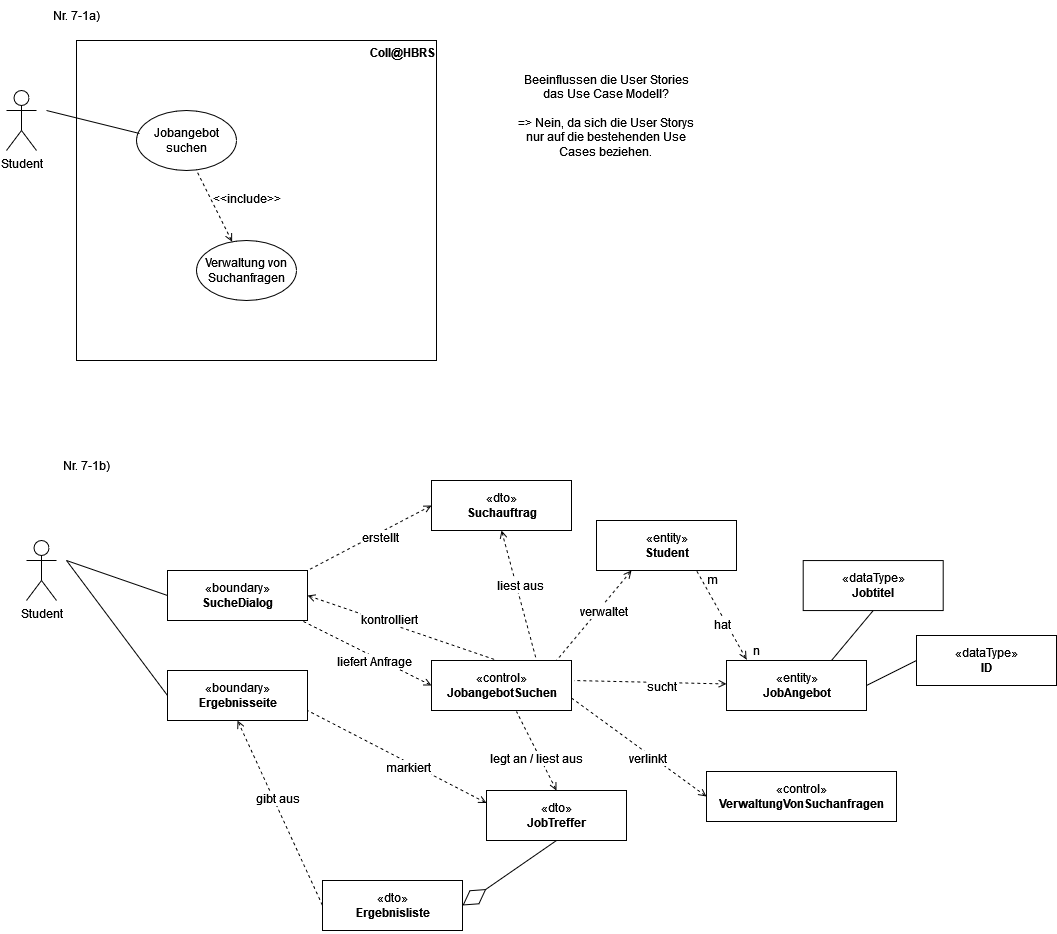
This is src/org/hbrs/se1/ws22/uebung7/Uebung7-1.drawio.png from fitnesstino/WS22-SE1, a draw.io export, as it was before one commit. Source tidied: cells renumbered, new cells last; positions are measured from the earlier drawing's top-left corner, leaving out a move shared by most shapes.
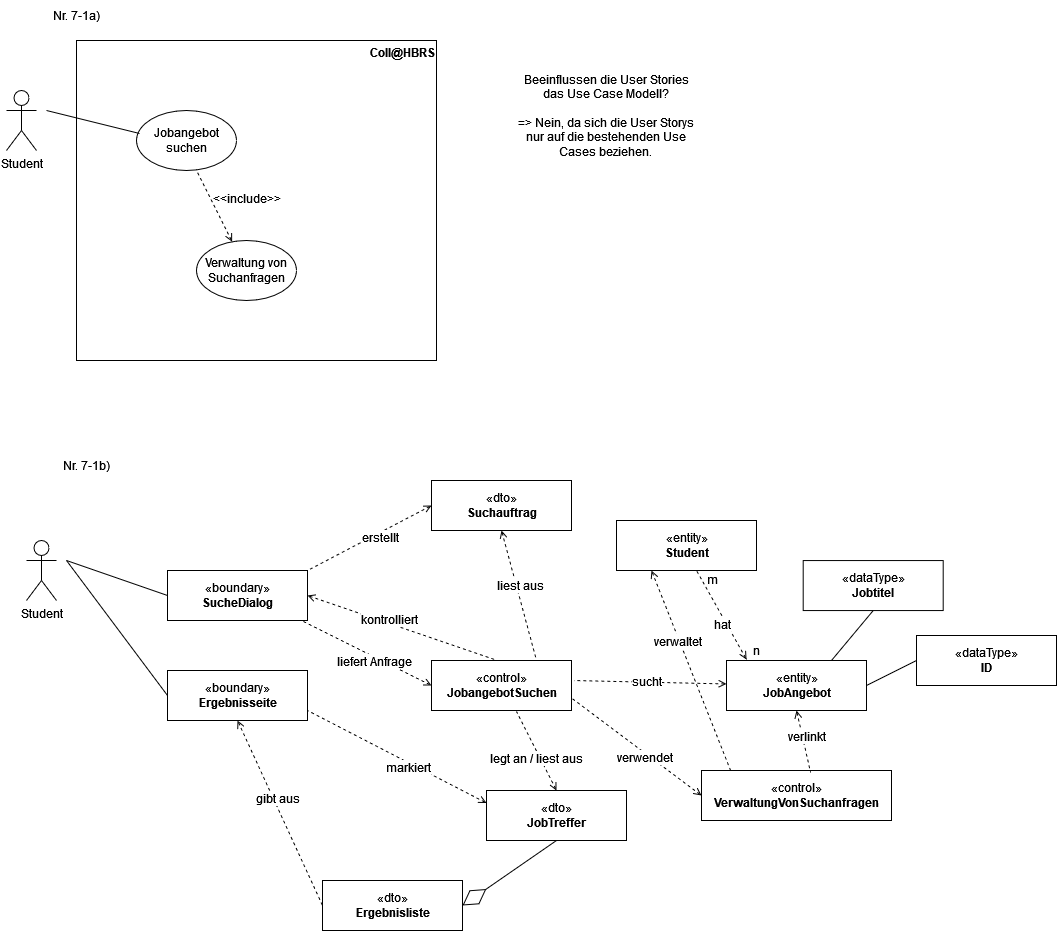
After the change.

The edit, as a diff of the source:
```diff
@@ -106,7 +106,9 @@
       </mxGeometry>
     </mxCell>
     <mxCell id="31" value="sucht" style="edgeLabel;html=1;align=center;verticalAlign=middle;fontSize=12;" parent="30" vertex="1">
-      <mxGeometry x="-0.15" y="4" relative="1" as="geometry" />
+      <mxGeometry x="-0.15" y="4" relative="1" as="geometry">
+        <mxPoint x="-15" y="-5" as="offset" />
+      </mxGeometry>
     </mxCell>
     <mxCell id="32" style="endArrow=none;html=1;rounded=0;fontSize=12;exitX=0.5;exitY=0;exitDx=0;exitDy=0;startArrow=open;startFill=0;dashed=1;entryX=0.607;entryY=1.02;entryDx=0;entryDy=0;entryPerimeter=0;" parent="1" edge="1" source="25" target="11">
       <mxGeometry relative="1" as="geometry" />
@@ -123,12 +125,12 @@
       </mxGeometry>
     </mxCell>
     <mxCell id="36" value="&lt;div&gt;«control»&lt;/div&gt;&lt;b&gt;VerwaltungVonSuchanfragen&lt;/b&gt;" style="html=1;fontSize=12;fillColor=none;" parent="1" vertex="1">
-      <mxGeometry x="700" y="771" width="190" height="50" as="geometry" />
+      <mxGeometry x="695" y="770" width="190" height="50" as="geometry" />
     </mxCell>
     <mxCell id="37" style="endArrow=none;html=1;rounded=0;fontSize=12;entryX=1;entryY=0.75;entryDx=0;entryDy=0;exitX=0;exitY=0.5;exitDx=0;exitDy=0;startArrow=open;startFill=0;dashed=1;" parent="1" edge="1" source="36" target="11">
       <mxGeometry relative="1" as="geometry" />
     </mxCell>
-    <mxCell id="38" value="&lt;div&gt;verlinkt&lt;/div&gt;" style="edgeLabel;html=1;align=center;verticalAlign=middle;fontSize=12;" parent="37" vertex="1">
+    <mxCell id="38" value="verwendet" style="edgeLabel;html=1;align=center;verticalAlign=middle;fontSize=12;" parent="37" vertex="1">
       <mxGeometry x="-0.15" y="4" relative="1" as="geometry" />
     </mxCell>
     <mxCell id="39" style="endArrow=none;html=1;rounded=0;fontSize=12;entryX=0;entryY=0.5;entryDx=0;entryDy=0;exitX=0;exitY=0.25;exitDx=0;exitDy=0;startArrow=open;startFill=0;dashed=1;" parent="1" edge="1" source="25">
@@ -152,15 +154,15 @@
       <mxGeometry relative="1" as="geometry" />
     </mxCell>
     <mxCell id="45" value="&lt;div&gt;«entity»&lt;/div&gt;&lt;div&gt;&lt;b&gt;Student&lt;/b&gt;&lt;br&gt;&lt;/div&gt;" style="html=1;fontSize=12;fillColor=none;" parent="1" vertex="1">
-      <mxGeometry x="590" y="520" width="140" height="50" as="geometry" />
+      <mxGeometry x="610" y="520" width="140" height="50" as="geometry" />
     </mxCell>
-    <mxCell id="46" style="endArrow=none;html=1;rounded=0;fontSize=12;entryX=0;entryY=0.5;entryDx=0;entryDy=0;startArrow=open;startFill=0;dashed=1;exitX=0.25;exitY=1;exitDx=0;exitDy=0;" parent="1" edge="1" source="45">
-      <mxGeometry relative="1" as="geometry">
-        <mxPoint x="550" y="660" as="targetPoint" />
-      </mxGeometry>
+    <mxCell id="46" style="endArrow=none;html=1;rounded=0;fontSize=12;entryX=0.153;entryY=0;entryDx=0;entryDy=0;startArrow=open;startFill=0;dashed=1;exitX=0.25;exitY=1;exitDx=0;exitDy=0;entryPerimeter=0;" parent="1" edge="1" source="45" target="36">
+      <mxGeometry relative="1" as="geometry" />
     </mxCell>
     <mxCell id="47" value="&lt;div&gt;verwaltet&lt;/div&gt;" style="edgeLabel;html=1;align=center;verticalAlign=middle;fontSize=12;" parent="46" vertex="1">
-      <mxGeometry x="-0.15" y="4" relative="1" as="geometry" />
+      <mxGeometry x="-0.15" y="4" relative="1" as="geometry">
+        <mxPoint x="-12" y="-13" as="offset" />
+      </mxGeometry>
     </mxCell>
     <mxCell id="48" style="endArrow=none;html=1;rounded=0;fontSize=12;exitX=0.143;exitY=-0.02;exitDx=0;exitDy=0;startArrow=open;startFill=0;dashed=1;entryX=0.607;entryY=1.02;entryDx=0;entryDy=0;entryPerimeter=0;exitPerimeter=0;" parent="1" edge="1" source="24">
       <mxGeometry relative="1" as="geometry">
@@ -182,5 +184,11 @@
     <mxCell id="53" value="Nr. 7-1b)" style="text;html=1;strokeColor=none;fillColor=none;align=center;verticalAlign=middle;whiteSpace=wrap;rounded=0;fontSize=12;" parent="1" vertex="1">
       <mxGeometry x="50" y="450" width="60" height="30" as="geometry" />
     </mxCell>
+    <mxCell id="54" style="endArrow=none;html=1;rounded=0;fontSize=12;startArrow=open;startFill=0;dashed=1;exitX=0.5;exitY=1;exitDx=0;exitDy=0;entryX=0.574;entryY=0.04;entryDx=0;entryDy=0;entryPerimeter=0;" parent="1" edge="1" source="24" target="36">
+      <mxGeometry relative="1" as="geometry" />
+    </mxCell>
+    <mxCell id="55" value="verlinkt" style="edgeLabel;html=1;align=center;verticalAlign=middle;fontSize=12;" parent="54" vertex="1">
+      <mxGeometry x="-0.15" y="4" relative="1" as="geometry" />
+    </mxCell>
   </root>
 </mxGraphModel>
```
